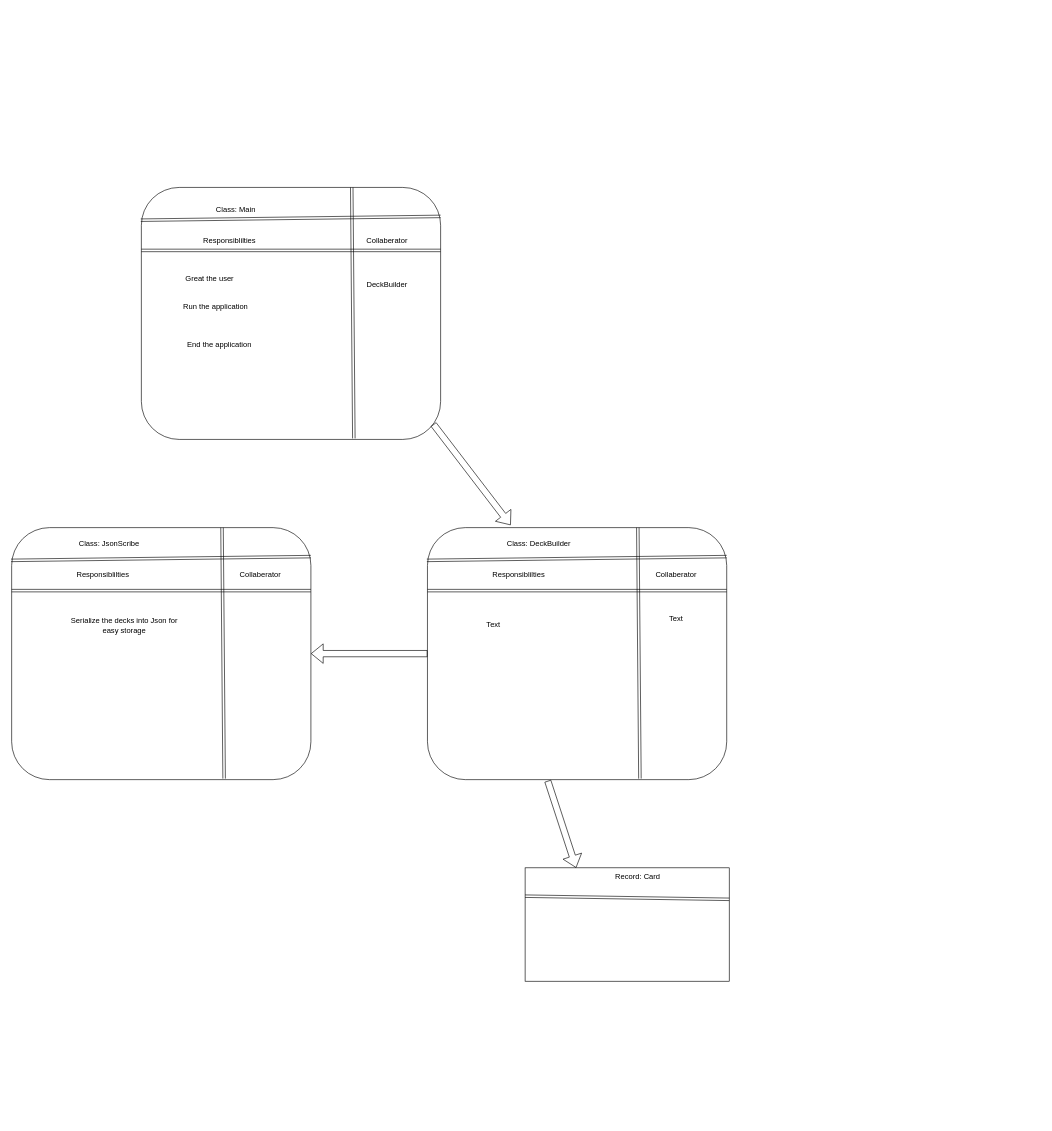
This is crc.drawio from ADollar4750/ObjectFinalProj, a draw.io file, before an edit. Source tidied: cells renumbered, new cells numbered last; positions are measured from the earlier drawing's top-left corner, leaving out a move shared by most shapes. Both pictures are drawn from the tidied source at 63%, with x=0, y=0 at pixel (11, 187).
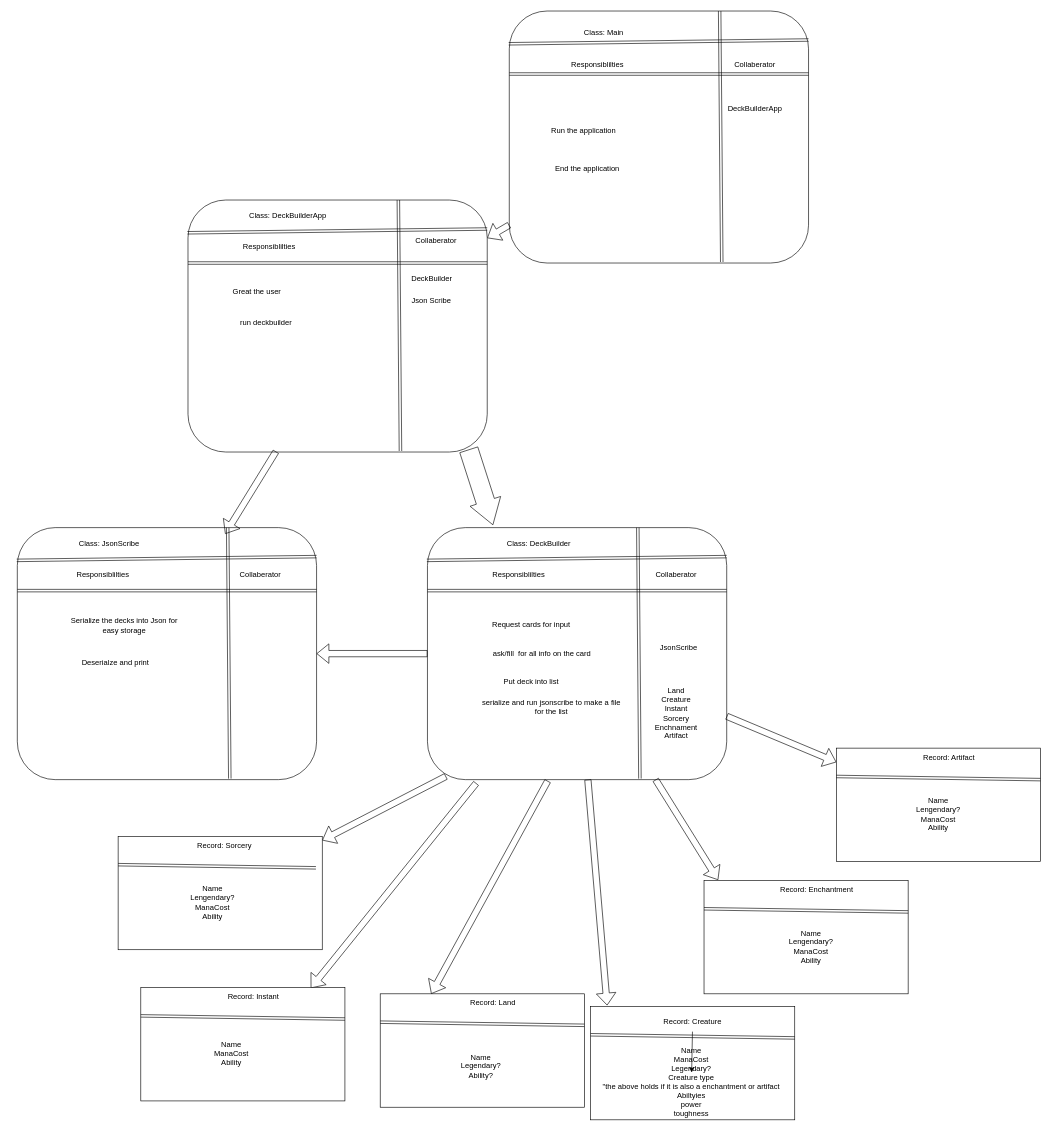
The same diagram, later.

The change refers to these unchanged cells:
```xml
<mxCell id="19" style="rounded=1;whiteSpace=wrap;html=1;" parent="1" vertex="1">
  <mxGeometry x="660" y="540" width="475" height="400" as="geometry" />
</mxCell>
```

The edit, as a diff of the source:
```diff
@@
     <mxCell id="2" style="rounded=1;whiteSpace=wrap;html=1;" parent="1" vertex="1">
-      <mxGeometry x="205.9" width="475" height="400" as="geometry" />
+      <mxGeometry x="789.9" y="-280" width="475" height="400" as="geometry" />
     </mxCell>
@@
     <mxCell id="5" value="Class: Main" style="text;html=1;strokeColor=none;fillColor=none;align=center;verticalAlign=middle;whiteSpace=wrap;rounded=0;" parent="1" vertex="1">
-      <mxGeometry x="305.9" y="20" width="100" height="30" as="geometry" />
+      <mxGeometry x="889.9" y="-260" width="100" height="30" as="geometry" />
     </mxCell>
-    <mxCell id="6" value="DeckBuilder" style="text;html=1;strokeColor=none;fillColor=none;align=center;verticalAlign=middle;whiteSpace=wrap;rounded=0;" parent="1" vertex="1">
-      <mxGeometry x="565.9" y="140" width="60" height="30" as="geometry" />
+    <mxCell id="6" value="DeckBuilderApp" style="text;html=1;strokeColor=none;fillColor=none;align=center;verticalAlign=middle;whiteSpace=wrap;rounded=0;" parent="1" vertex="1">
+      <mxGeometry x="1150" y="-140" width="60" height="30" as="geometry" />
     </mxCell>
-    <mxCell id="7" value="Great the user" style="text;html=1;strokeColor=none;fillColor=none;align=center;verticalAlign=middle;whiteSpace=wrap;rounded=0;" parent="1" vertex="1">
-      <mxGeometry x="264.9" y="130" width="99" height="30" as="geometry" />
-    </mxCell>
     <mxCell id="8" value="Collaberator" style="text;html=1;strokeColor=none;fillColor=none;align=center;verticalAlign=middle;whiteSpace=wrap;rounded=0;" parent="1" vertex="1">
-      <mxGeometry x="565.9" y="70" width="60" height="30" as="geometry" />
+      <mxGeometry x="1150" y="-210" width="60" height="30" as="geometry" />
     </mxCell>
@@
     <mxCell id="10" value="Responsiblilties" style="text;html=1;strokeColor=none;fillColor=none;align=center;verticalAlign=middle;whiteSpace=wrap;rounded=0;" parent="1" vertex="1">
-      <mxGeometry x="315.9" y="70" width="60" height="30" as="geometry" />
+      <mxGeometry x="899.9" y="-210" width="60" height="30" as="geometry" />
     </mxCell>
     <mxCell id="11" style="rounded=1;whiteSpace=wrap;html=1;" parent="1" vertex="1">
-      <mxGeometry y="540" width="475" height="400" as="geometry" />
+      <mxGeometry x="9" y="540" width="475" height="400" as="geometry" />
     </mxCell>
@@
-    <mxCell id="23" value="Text" style="text;html=1;strokeColor=none;fillColor=none;align=center;verticalAlign=middle;whiteSpace=wrap;rounded=0;" parent="1" vertex="1">
-      <mxGeometry x="1025" y="670" width="60" height="30" as="geometry" />
+    <mxCell id="23" value="Land&lt;br&gt;Creature&lt;br&gt;Instant&lt;br&gt;Sorcery&lt;br&gt;Enchnament&lt;br&gt;Artifact&lt;br&gt;" style="text;html=1;strokeColor=none;fillColor=none;align=center;verticalAlign=middle;whiteSpace=wrap;rounded=0;" parent="1" vertex="1">
+      <mxGeometry x="1025" y="820" width="60" height="30" as="geometry" />
     </mxCell>
-    <mxCell id="24" value="Text" style="text;html=1;strokeColor=none;fillColor=none;align=center;verticalAlign=middle;whiteSpace=wrap;rounded=0;" parent="1" vertex="1">
-      <mxGeometry x="735" y="680" width="60" height="30" as="geometry" />
-    </mxCell>
@@
     <mxCell id="28" value="Run the application" style="text;html=1;strokeColor=none;fillColor=none;align=center;verticalAlign=middle;whiteSpace=wrap;rounded=0;" parent="1" vertex="1">
-      <mxGeometry x="259" y="170" width="130" height="40" as="geometry" />
+      <mxGeometry x="843" y="-110" width="130" height="40" as="geometry" />
     </mxCell>
     <mxCell id="29" style="rounded=0;whiteSpace=wrap;html=1;" parent="1" vertex="1">
-      <mxGeometry x="815" y="1080" width="324" height="180" as="geometry" />
+      <mxGeometry x="585" y="1280" width="324" height="180" as="geometry" />
     </mxCell>
     <mxCell id="30" style="shape=link;html=1;exitX=0;exitY=0.25;exitDx=0;exitDy=0;" parent="1" edge="1" source="29">
       <mxGeometry relative="1" as="geometry">
-        <mxPoint x="1139" y="1130" as="targetPoint" />
+        <mxPoint x="909" y="1330" as="targetPoint" />
       </mxGeometry>
     </mxCell>
-    <mxCell id="31" value="Record: Card" style="text;html=1;strokeColor=none;fillColor=none;align=center;verticalAlign=middle;whiteSpace=wrap;rounded=0;" parent="1" vertex="1">
-      <mxGeometry x="929" y="1080" width="130" height="30" as="geometry" />
+    <mxCell id="31" value="Record: Land" style="text;html=1;strokeColor=none;fillColor=none;align=center;verticalAlign=middle;whiteSpace=wrap;rounded=0;" parent="1" vertex="1">
+      <mxGeometry x="699" y="1280" width="130" height="30" as="geometry" />
     </mxCell>
-    <mxCell id="32" style="shape=flexArrow;endArrow=classic;html=1;entryX=0.278;entryY=-0.01;entryDx=0;entryDy=0;entryPerimeter=0;exitX=0.976;exitY=0.94;exitDx=0;exitDy=0;exitPerimeter=0;" parent="1" edge="1" source="2" target="19">
+    <mxCell id="32" style="shape=flexArrow;endArrow=classic;html=1;" parent="1" edge="1" source="2" target="42">
       <mxGeometry relative="1" as="geometry" />
     </mxCell>
@@
     <mxCell id="35" value="End the application" style="text;html=1;strokeColor=none;fillColor=none;align=center;verticalAlign=middle;whiteSpace=wrap;rounded=0;" parent="1" vertex="1">
-      <mxGeometry x="264.9" y="230" width="130" height="40" as="geometry" />
+      <mxGeometry x="849" y="-50" width="130" height="40" as="geometry" />
     </mxCell>
+    <mxCell id="36" value="Name&lt;br&gt;Legendary?&lt;br&gt;Ability?" style="text;html=1;strokeColor=none;fillColor=none;align=center;verticalAlign=middle;whiteSpace=wrap;rounded=0;" parent="1" vertex="1">
+      <mxGeometry x="715" y="1380" width="60" height="30" as="geometry" />
+    </mxCell>
+    <mxCell id="37" value="Deserialze and print" style="text;html=1;strokeColor=none;fillColor=none;align=center;verticalAlign=middle;whiteSpace=wrap;rounded=0;" parent="1" vertex="1">
+      <mxGeometry x="65" y="740" width="200" height="30" as="geometry" />
+    </mxCell>
+    <mxCell id="38" value="Request cards for input" style="text;html=1;strokeColor=none;fillColor=none;align=center;verticalAlign=middle;whiteSpace=wrap;rounded=0;" parent="1" vertex="1">
+      <mxGeometry x="725" y="680" width="200" height="30" as="geometry" />
+    </mxCell>
+    <mxCell id="39" value="Put deck into list" style="text;html=1;strokeColor=none;fillColor=none;align=center;verticalAlign=middle;whiteSpace=wrap;rounded=0;" parent="1" vertex="1">
+      <mxGeometry x="725" y="770" width="200" height="30" as="geometry" />
+    </mxCell>
+    <mxCell id="40" value="ask/fill&amp;nbsp; for all info on the card" style="text;html=1;strokeColor=none;fillColor=none;align=center;verticalAlign=middle;whiteSpace=wrap;rounded=0;" parent="1" vertex="1">
+      <mxGeometry x="755" y="725" width="174.1" height="30" as="geometry" />
+    </mxCell>
+    <mxCell id="41" value="JsonScribe" style="text;html=1;strokeColor=none;fillColor=none;align=center;verticalAlign=middle;whiteSpace=wrap;rounded=0;" parent="1" vertex="1">
+      <mxGeometry x="1029" y="715" width="60" height="30" as="geometry" />
+    </mxCell>
+    <mxCell id="42" style="rounded=1;whiteSpace=wrap;html=1;" parent="1" vertex="1">
+      <mxGeometry x="279.9" y="20" width="475" height="400" as="geometry" />
+    </mxCell>
+    <mxCell id="43" value="serialize and run jsonscribe to make a file for the list" style="text;html=1;strokeColor=none;fillColor=none;align=center;verticalAlign=middle;whiteSpace=wrap;rounded=0;" parent="1" vertex="1">
+      <mxGeometry x="745" y="810" width="224.1" height="30" as="geometry" />
+    </mxCell>
+    <mxCell id="44" style="shape=link;html=1;exitX=0;exitY=0.25;exitDx=0;exitDy=0;entryX=1;entryY=0.25;entryDx=0;entryDy=0;" parent="1" edge="1" source="42" target="42">
+      <mxGeometry relative="1" as="geometry" />
+    </mxCell>
+    <mxCell id="45" style="shape=link;html=1;entryX=0.71;entryY=0.996;entryDx=0;entryDy=0;entryPerimeter=0;exitX=0.703;exitY=0;exitDx=0;exitDy=0;exitPerimeter=0;" parent="1" edge="1" source="42" target="42">
+      <mxGeometry relative="1" as="geometry" />
+    </mxCell>
+    <mxCell id="46" value="Class: DeckBuilderApp" style="text;html=1;strokeColor=none;fillColor=none;align=center;verticalAlign=middle;whiteSpace=wrap;rounded=0;" parent="1" vertex="1">
+      <mxGeometry x="359" y="30" width="159.1" height="30" as="geometry" />
+    </mxCell>
+    <mxCell id="47" value="DeckBuilder" style="text;html=1;strokeColor=none;fillColor=none;align=center;verticalAlign=middle;whiteSpace=wrap;rounded=0;" parent="1" vertex="1">
+      <mxGeometry x="636.5" y="130" width="60" height="30" as="geometry" />
+    </mxCell>
+    <mxCell id="7" value="Great the user" style="text;html=1;strokeColor=none;fillColor=none;align=center;verticalAlign=middle;whiteSpace=wrap;rounded=0;" parent="1" vertex="1">
+      <mxGeometry x="339.9" y="150" width="99" height="30" as="geometry" />
+    </mxCell>
+    <mxCell id="48" value="Collaberator" style="text;html=1;strokeColor=none;fillColor=none;align=center;verticalAlign=middle;whiteSpace=wrap;rounded=0;" parent="1" vertex="1">
+      <mxGeometry x="644" y="70" width="60" height="30" as="geometry" />
+    </mxCell>
+    <mxCell id="49" style="shape=link;html=1;exitX=-0.002;exitY=0.13;exitDx=0;exitDy=0;exitPerimeter=0;entryX=1;entryY=0.115;entryDx=0;entryDy=0;entryPerimeter=0;" parent="1" edge="1" source="42" target="42">
+      <mxGeometry relative="1" as="geometry" />
+    </mxCell>
+    <mxCell id="50" value="Responsiblilties" style="text;html=1;strokeColor=none;fillColor=none;align=center;verticalAlign=middle;whiteSpace=wrap;rounded=0;" parent="1" vertex="1">
+      <mxGeometry x="379" y="80" width="60" height="30" as="geometry" />
+    </mxCell>
+    <mxCell id="51" style="shape=flexArrow;endArrow=classic;html=1;exitX=0.938;exitY=0.99;exitDx=0;exitDy=0;exitPerimeter=0;width=30;endSize=12.7;entryX=0.219;entryY=-0.01;entryDx=0;entryDy=0;entryPerimeter=0;" parent="1" edge="1" source="42" target="19">
+      <mxGeometry relative="1" as="geometry" />
+    </mxCell>
+    <mxCell id="52" style="shape=flexArrow;endArrow=classic;html=1;exitX=0.294;exitY=0.998;exitDx=0;exitDy=0;exitPerimeter=0;" parent="1" edge="1" source="42">
+      <mxGeometry relative="1" as="geometry">
+        <mxPoint x="339" y="550" as="targetPoint" />
+      </mxGeometry>
+    </mxCell>
+    <mxCell id="53" value="Json Scribe" style="text;html=1;strokeColor=none;fillColor=none;align=center;verticalAlign=middle;whiteSpace=wrap;rounded=0;" parent="1" vertex="1">
+      <mxGeometry x="629" y="165" width="75" height="30" as="geometry" />
+    </mxCell>
+    <mxCell id="54" value="run deckbuilder" style="text;html=1;strokeColor=none;fillColor=none;align=center;verticalAlign=middle;whiteSpace=wrap;rounded=0;" parent="1" vertex="1">
+      <mxGeometry x="324" y="200" width="160" height="30" as="geometry" />
+    </mxCell>
+    <mxCell id="55" style="shape=flexArrow;endArrow=classic;html=1;exitX=0.062;exitY=0.987;exitDx=0;exitDy=0;exitPerimeter=0;" parent="1" edge="1" source="19" target="68">
+      <mxGeometry relative="1" as="geometry" />
+    </mxCell>
+    <mxCell id="56" style="shape=flexArrow;endArrow=classic;html=1;exitX=0.163;exitY=1.014;exitDx=0;exitDy=0;exitPerimeter=0;entryX=0.833;entryY=0.005;entryDx=0;entryDy=0;entryPerimeter=0;" parent="1" edge="1" source="19" target="65">
+      <mxGeometry relative="1" as="geometry" />
+    </mxCell>
+    <mxCell id="57" style="shape=flexArrow;endArrow=classic;html=1;entryX=0.081;entryY=-0.009;entryDx=0;entryDy=0;entryPerimeter=0;" parent="1" edge="1" source="19" target="60">
+      <mxGeometry relative="1" as="geometry" />
+    </mxCell>
+    <mxCell id="58" style="shape=flexArrow;endArrow=classic;html=1;entryX=0.069;entryY=-0.004;entryDx=0;entryDy=0;entryPerimeter=0;" parent="1" edge="1" source="19" target="71">
+      <mxGeometry relative="1" as="geometry" />
+    </mxCell>
+    <mxCell id="59" style="shape=flexArrow;endArrow=classic;html=1;" parent="1" edge="1" source="19" target="74">
+      <mxGeometry relative="1" as="geometry" />
+    </mxCell>
+    <mxCell id="60" style="rounded=0;whiteSpace=wrap;html=1;" parent="1" vertex="1">
+      <mxGeometry x="919" y="1300" width="324" height="180" as="geometry" />
+    </mxCell>
+    <mxCell id="61" style="shape=link;html=1;exitX=0;exitY=0.25;exitDx=0;exitDy=0;" parent="1" edge="1" source="60">
+      <mxGeometry relative="1" as="geometry">
+        <mxPoint x="1243" y="1350" as="targetPoint" />
+      </mxGeometry>
+    </mxCell>
+    <mxCell id="62" style="edgeStyle=none;html=1;" parent="1" edge="1" source="63" target="64">
+      <mxGeometry relative="1" as="geometry" />
+    </mxCell>
+    <mxCell id="63" value="Record: Creature" style="text;html=1;strokeColor=none;fillColor=none;align=center;verticalAlign=middle;whiteSpace=wrap;rounded=0;" parent="1" vertex="1">
+      <mxGeometry x="1016" y="1310" width="130" height="30" as="geometry" />
+    </mxCell>
+    <mxCell id="64" value="Name&lt;br&gt;ManaCost&lt;br&gt;Legendary?&lt;br&gt;Creature type&lt;br&gt;&quot;the above holds if it is also a enchantment or artifact&lt;br&gt;Abiltyies&lt;br&gt;power&lt;br&gt;toughness" style="text;html=1;strokeColor=none;fillColor=none;align=center;verticalAlign=middle;whiteSpace=wrap;rounded=0;" parent="1" vertex="1">
+      <mxGeometry x="929" y="1405" width="300" height="30" as="geometry" />
+    </mxCell>
+    <mxCell id="65" style="rounded=0;whiteSpace=wrap;html=1;" parent="1" vertex="1">
+      <mxGeometry x="205" y="1270" width="324" height="180" as="geometry" />
+    </mxCell>
+    <mxCell id="66" style="shape=link;html=1;exitX=0;exitY=0.25;exitDx=0;exitDy=0;" parent="1" edge="1" source="65">
+      <mxGeometry relative="1" as="geometry">
+        <mxPoint x="529" y="1320" as="targetPoint" />
+      </mxGeometry>
+    </mxCell>
+    <mxCell id="67" value="Record: Instant" style="text;html=1;strokeColor=none;fillColor=none;align=center;verticalAlign=middle;whiteSpace=wrap;rounded=0;" parent="1" vertex="1">
+      <mxGeometry x="318.9" y="1270" width="130" height="30" as="geometry" />
+    </mxCell>
+    <mxCell id="68" style="rounded=0;whiteSpace=wrap;html=1;" parent="1" vertex="1">
+      <mxGeometry x="169" y="1030" width="324" height="180" as="geometry" />
+    </mxCell>
+    <mxCell id="69" style="shape=link;html=1;exitX=0;exitY=0.25;exitDx=0;exitDy=0;" parent="1" edge="1" source="68">
+      <mxGeometry relative="1" as="geometry">
+        <mxPoint x="483" y="1080" as="targetPoint" />
+      </mxGeometry>
+    </mxCell>
+    <mxCell id="70" value="Record: Sorcery" style="text;html=1;strokeColor=none;fillColor=none;align=center;verticalAlign=middle;whiteSpace=wrap;rounded=0;" parent="1" vertex="1">
+      <mxGeometry x="273" y="1030" width="130" height="30" as="geometry" />
+    </mxCell>
+    <mxCell id="71" style="rounded=0;whiteSpace=wrap;html=1;" parent="1" vertex="1">
+      <mxGeometry x="1099" y="1100" width="324" height="180" as="geometry" />
+    </mxCell>
+    <mxCell id="72" style="shape=link;html=1;exitX=0;exitY=0.25;exitDx=0;exitDy=0;" parent="1" edge="1" source="71">
+      <mxGeometry relative="1" as="geometry">
+        <mxPoint x="1423" y="1150" as="targetPoint" />
+      </mxGeometry>
+    </mxCell>
+    <mxCell id="73" value="Record: Enchantment" style="text;html=1;strokeColor=none;fillColor=none;align=center;verticalAlign=middle;whiteSpace=wrap;rounded=0;" parent="1" vertex="1">
+      <mxGeometry x="1213" y="1100" width="130" height="30" as="geometry" />
+    </mxCell>
+    <mxCell id="74" style="rounded=0;whiteSpace=wrap;html=1;" parent="1" vertex="1">
+      <mxGeometry x="1309" y="890" width="324" height="180" as="geometry" />
+    </mxCell>
+    <mxCell id="75" style="shape=link;html=1;exitX=0;exitY=0.25;exitDx=0;exitDy=0;" parent="1" edge="1" source="74">
+      <mxGeometry relative="1" as="geometry">
+        <mxPoint x="1633" y="940" as="targetPoint" />
+      </mxGeometry>
+    </mxCell>
+    <mxCell id="76" value="Record: Artifact" style="text;html=1;strokeColor=none;fillColor=none;align=center;verticalAlign=middle;whiteSpace=wrap;rounded=0;" parent="1" vertex="1">
+      <mxGeometry x="1423" y="890" width="130" height="30" as="geometry" />
+    </mxCell>
+    <mxCell id="77" value="Name&lt;br&gt;ManaCost&lt;br&gt;Ability" style="text;html=1;strokeColor=none;fillColor=none;align=center;verticalAlign=middle;whiteSpace=wrap;rounded=0;" parent="1" vertex="1">
+      <mxGeometry x="318.9" y="1360" width="60" height="30" as="geometry" />
+    </mxCell>
+    <mxCell id="78" value="Name&lt;br&gt;Lengendary?&lt;br&gt;ManaCost&lt;br&gt;Ability" style="text;html=1;strokeColor=none;fillColor=none;align=center;verticalAlign=middle;whiteSpace=wrap;rounded=0;" parent="1" vertex="1">
+      <mxGeometry x="289" y="1120" width="60" height="30" as="geometry" />
+    </mxCell>
+    <mxCell id="79" value="Name&lt;br&gt;Lengendary?&lt;br&gt;ManaCost&lt;br&gt;Ability" style="text;html=1;strokeColor=none;fillColor=none;align=center;verticalAlign=middle;whiteSpace=wrap;rounded=0;" parent="1" vertex="1">
+      <mxGeometry x="1239" y="1190" width="60" height="30" as="geometry" />
+    </mxCell>
+    <mxCell id="80" value="Name&lt;br&gt;Lengendary?&lt;br&gt;ManaCost&lt;br&gt;Ability" style="text;html=1;strokeColor=none;fillColor=none;align=center;verticalAlign=middle;whiteSpace=wrap;rounded=0;" parent="1" vertex="1">
+      <mxGeometry x="1441" y="980" width="60" height="30" as="geometry" />
+    </mxCell>
```
